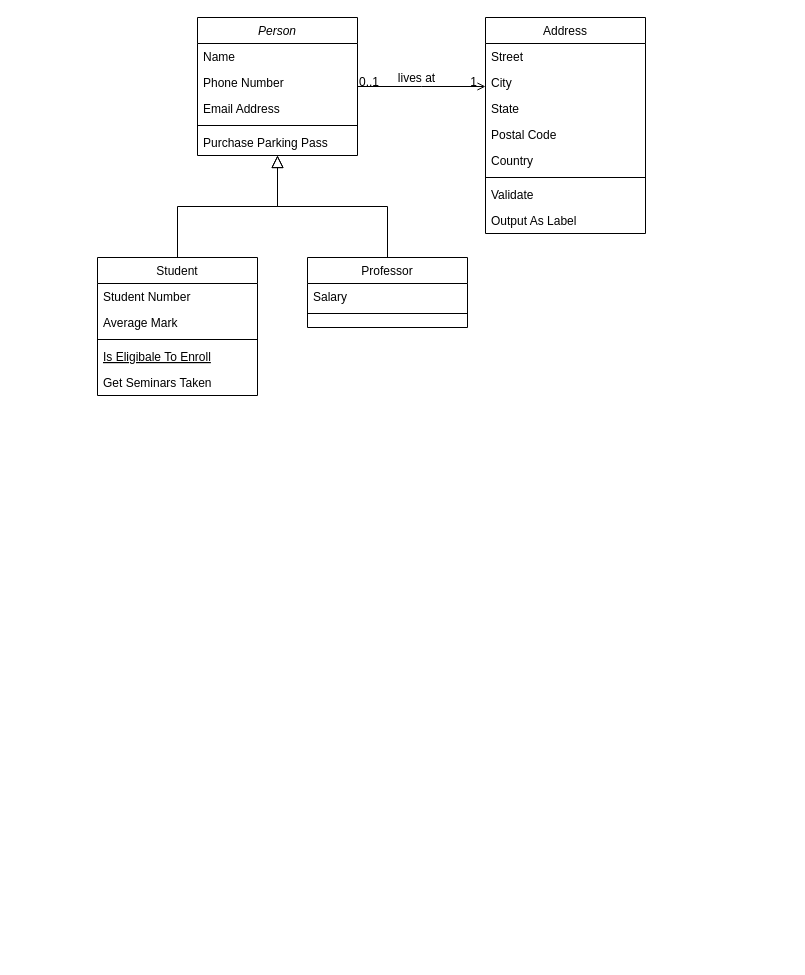
Above: ood1.drawio in harish962/DS-Algo (draw.io), before the change. Source tidied: cells renumbered, new cells numbered last; positions are measured from the earlier drawing's top-left corner, leaving out a move shared by most shapes. Both pictures are drawn from the tidied source at 100%, with x=0, y=0 at pixel (97, 17).
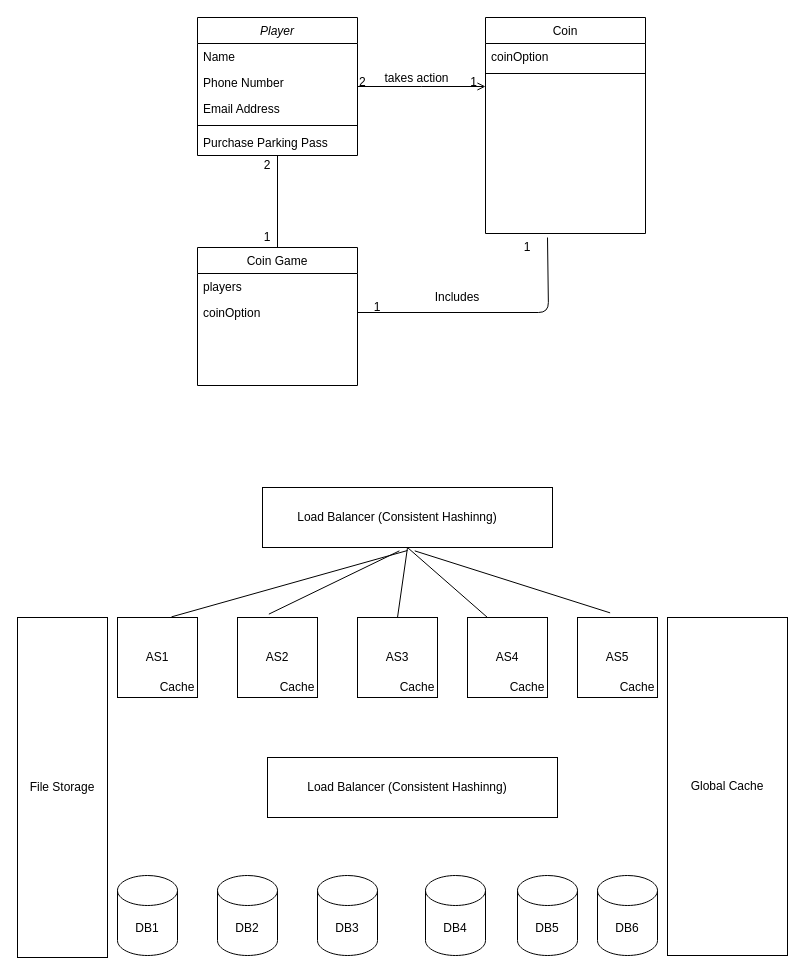
The same diagram, later.

The change refers to these unchanged cells:
```xml
<mxCell id="7" value="Purchase Parking Pass" style="text;align=left;verticalAlign=top;spacingLeft=4;spacingRight=4;overflow=hidden;points=[[0,0.5],[1,0.5]];portConstraint=eastwest;" parent="2" vertex="1">
  <mxGeometry y="112" width="160" height="26" as="geometry" />
</mxCell>
<mxCell id="28" style="endArrow=open;shadow=0;strokeWidth=1;rounded=0;endFill=1;edgeStyle=elbowEdgeStyle;elbow=vertical;" parent="1" edge="1" source="2" target="19">
  <mxGeometry x="0.5" y="41" relative="1" as="geometry">
    <mxPoint x="-40" y="32" as="offset" />
  </mxGeometry>
</mxCell>
```

The edit, as a diff of the source:
```diff
@@
-    <mxCell id="2" value="Person" style="swimlane;fontStyle=2;align=center;verticalAlign=top;horizontal=1;startSize=26;rounded=0;shadow=0;strokeWidth=1;" parent="1" vertex="1">
+    <mxCell id="2" value="Player" style="swimlane;fontStyle=2;align=center;verticalAlign=top;horizontal=1;startSize=26;rounded=0;shadow=0;strokeWidth=1;" parent="1" vertex="1">
       <mxGeometry x="100" width="160" height="138" as="geometry" />
     </mxCell>
@@
-    <mxCell id="8" value="Student" style="swimlane;fontStyle=0;align=center;verticalAlign=top;horizontal=1;startSize=26;rounded=0;shadow=0;strokeWidth=1;" parent="1" vertex="1">
-      <mxGeometry y="240" width="160" height="138" as="geometry" />
+    <mxCell id="8" value="Coin Game" style="swimlane;fontStyle=0;align=center;verticalAlign=top;horizontal=1;startSize=26;rounded=0;shadow=0;strokeWidth=1;" parent="1" vertex="1">
+      <mxGeometry x="100" y="230" width="160" height="138" as="geometry" />
     </mxCell>
-    <mxCell id="9" value="Student Number" style="text;align=left;verticalAlign=top;spacingLeft=4;spacingRight=4;overflow=hidden;" parent="8" vertex="1">
+    <mxCell id="9" value="players" style="text;align=left;verticalAlign=top;spacingLeft=4;spacingRight=4;overflow=hidden;" parent="8" vertex="1">
       <mxGeometry y="26" width="160" height="26" as="geometry" />
     </mxCell>
-    <mxCell id="10" value="Average Mark" style="text;align=left;verticalAlign=top;spacingLeft=4;spacingRight=4;overflow=hidden;points=[[0,0.5],[1,0.5]];portConstraint=eastwest;rounded=0;shadow=0;html=0;" parent="8" vertex="1">
+    <mxCell id="10" value="coinOption" style="text;align=left;verticalAlign=top;spacingLeft=4;spacingRight=4;overflow=hidden;points=[[0,0.5],[1,0.5]];portConstraint=eastwest;rounded=0;shadow=0;html=0;" parent="8" vertex="1">
       <mxGeometry y="52" width="160" height="26" as="geometry" />
     </mxCell>
-    <mxCell id="11" style="line;html=1;strokeWidth=1;align=left;verticalAlign=middle;spacingTop=-1;spacingLeft=3;spacingRight=3;labelPosition=right;" parent="8" vertex="1">
-      <mxGeometry y="78" width="160" height="8" as="geometry" />
-    </mxCell>
-    <mxCell id="12" value="Is Eligibale To Enroll" style="text;align=left;verticalAlign=top;spacingLeft=4;spacingRight=4;overflow=hidden;fontStyle=4;" parent="8" vertex="1">
-      <mxGeometry y="86" width="160" height="26" as="geometry" />
-    </mxCell>
-    <mxCell id="13" value="Get Seminars Taken" style="text;align=left;verticalAlign=top;spacingLeft=4;spacingRight=4;overflow=hidden;" parent="8" vertex="1">
-      <mxGeometry y="112" width="160" height="26" as="geometry" />
-    </mxCell>
-    <mxCell id="14" style="endArrow=block;endSize=10;endFill=0;shadow=0;strokeWidth=1;rounded=0;edgeStyle=elbowEdgeStyle;elbow=vertical;" parent="1" edge="1" source="8" target="2">
-      <mxGeometry relative="1" as="geometry" />
-    </mxCell>
-    <mxCell id="15" value="Professor" style="swimlane;fontStyle=0;align=center;verticalAlign=top;horizontal=1;startSize=26;rounded=0;shadow=0;strokeWidth=1;" parent="1" vertex="1">
-      <mxGeometry x="210" y="240" width="160" height="70" as="geometry" />
-    </mxCell>
-    <mxCell id="16" value="Salary" style="text;align=left;verticalAlign=top;spacingLeft=4;spacingRight=4;overflow=hidden;" parent="15" vertex="1">
-      <mxGeometry y="26" width="160" height="26" as="geometry" />
-    </mxCell>
-    <mxCell id="17" style="line;html=1;strokeWidth=1;align=left;verticalAlign=middle;spacingTop=-1;spacingLeft=3;spacingRight=3;labelPosition=right;" parent="15" vertex="1">
-      <mxGeometry y="52" width="160" height="8" as="geometry" />
-    </mxCell>
-    <mxCell id="18" style="endArrow=block;endSize=10;endFill=0;shadow=0;strokeWidth=1;rounded=0;edgeStyle=elbowEdgeStyle;elbow=vertical;" parent="1" edge="1" source="15" target="2">
-      <mxGeometry relative="1" as="geometry" />
-    </mxCell>
-    <mxCell id="19" value="Address" style="swimlane;fontStyle=0;align=center;verticalAlign=top;horizontal=1;startSize=26;rounded=0;shadow=0;strokeWidth=1;" parent="1" vertex="1">
+    <mxCell id="19" value="Coin" style="swimlane;fontStyle=0;align=center;verticalAlign=top;horizontal=1;startSize=26;rounded=0;shadow=0;strokeWidth=1;" parent="1" vertex="1">
       <mxGeometry x="388" width="160" height="216" as="geometry" />
     </mxCell>
-    <mxCell id="20" value="Street" style="text;align=left;verticalAlign=top;spacingLeft=4;spacingRight=4;overflow=hidden;" parent="19" vertex="1">
+    <mxCell id="20" value="coinOption" style="text;align=left;verticalAlign=top;spacingLeft=4;spacingRight=4;overflow=hidden;" parent="19" vertex="1">
       <mxGeometry y="26" width="160" height="26" as="geometry" />
     </mxCell>
-    <mxCell id="21" value="City" style="text;align=left;verticalAlign=top;spacingLeft=4;spacingRight=4;overflow=hidden;rounded=0;shadow=0;html=0;" parent="19" vertex="1">
-      <mxGeometry y="52" width="160" height="26" as="geometry" />
-    </mxCell>
-    <mxCell id="22" value="State" style="text;align=left;verticalAlign=top;spacingLeft=4;spacingRight=4;overflow=hidden;rounded=0;shadow=0;html=0;" parent="19" vertex="1">
-      <mxGeometry y="78" width="160" height="26" as="geometry" />
-    </mxCell>
-    <mxCell id="23" value="Postal Code" style="text;align=left;verticalAlign=top;spacingLeft=4;spacingRight=4;overflow=hidden;rounded=0;shadow=0;html=0;" parent="19" vertex="1">
-      <mxGeometry y="104" width="160" height="26" as="geometry" />
-    </mxCell>
-    <mxCell id="24" value="Country" style="text;align=left;verticalAlign=top;spacingLeft=4;spacingRight=4;overflow=hidden;rounded=0;shadow=0;html=0;" parent="19" vertex="1">
-      <mxGeometry y="130" width="160" height="26" as="geometry" />
-    </mxCell>
     <mxCell id="25" style="line;html=1;strokeWidth=1;align=left;verticalAlign=middle;spacingTop=-1;spacingLeft=3;spacingRight=3;labelPosition=right;" parent="19" vertex="1">
-      <mxGeometry y="156" width="160" height="8" as="geometry" />
+      <mxGeometry y="52" width="160" height="8" as="geometry" />
     </mxCell>
-    <mxCell id="26" value="Validate" style="text;align=left;verticalAlign=top;spacingLeft=4;spacingRight=4;overflow=hidden;" parent="19" vertex="1">
-      <mxGeometry y="164" width="160" height="26" as="geometry" />
-    </mxCell>
-    <mxCell id="27" value="Output As Label" style="text;align=left;verticalAlign=top;spacingLeft=4;spacingRight=4;overflow=hidden;" parent="19" vertex="1">
-      <mxGeometry y="190" width="160" height="26" as="geometry" />
-    </mxCell>
@@
-    <mxCell id="29" value="0..1" style="align=left;verticalAlign=bottom;labelBackgroundColor=none;fontSize=12;" parent="28" vertex="1">
+    <mxCell id="29" value="2" style="align=left;verticalAlign=bottom;labelBackgroundColor=none;fontSize=12;" parent="28" vertex="1">
       <mxGeometry x="-1" relative="1" as="geometry">
         <mxPoint y="4" as="offset" />
       </mxGeometry>
     </mxCell>
@@
-    <mxCell id="31" value="lives at" style="text;html=1;align=center;verticalAlign=middle;labelBackgroundColor=none;rounded=0;shadow=0;strokeWidth=1;fontSize=12;" parent="28" vertex="1">
+    <mxCell id="31" value="takes action" style="text;html=1;align=center;verticalAlign=middle;labelBackgroundColor=none;rounded=0;shadow=0;strokeWidth=1;fontSize=12;" parent="28" vertex="1">
       <mxGeometry x="0.5" y="49" relative="1" as="geometry">
         <mxPoint x="-38" y="40" as="offset" />
       </mxGeometry>
     </mxCell>
+    <mxCell id="32" style="endArrow=none;html=1;exitX=0.5;exitY=0;exitDx=0;exitDy=0;" parent="1" edge="1" source="8" target="7">
+      <mxGeometry relative="1" as="geometry" />
+    </mxCell>
+    <mxCell id="33" style="endArrow=none;html=1;entryX=1;entryY=0;entryDx=0;entryDy=0;exitX=1;exitY=0.5;exitDx=0;exitDy=0;" parent="1" edge="1" source="10" target="36">
+      <mxGeometry relative="1" as="geometry">
+        <Array as="points">
+          <mxPoint x="451" y="295" />
+        </Array>
+      </mxGeometry>
+    </mxCell>
+    <mxCell id="34" value="Includes" style="text;html=1;strokeColor=none;fillColor=none;align=center;verticalAlign=middle;whiteSpace=wrap;rounded=0;" parent="1" vertex="1">
+      <mxGeometry x="340" y="270" width="40" height="20" as="geometry" />
+    </mxCell>
+    <mxCell id="35" value="1" style="text;html=1;strokeColor=none;fillColor=none;align=center;verticalAlign=middle;whiteSpace=wrap;rounded=0;" parent="1" vertex="1">
+      <mxGeometry x="260" y="280" width="40" height="20" as="geometry" />
+    </mxCell>
+    <mxCell id="36" value="1" style="text;html=1;strokeColor=none;fillColor=none;align=center;verticalAlign=middle;whiteSpace=wrap;rounded=0;" parent="1" vertex="1">
+      <mxGeometry x="410" y="220" width="40" height="20" as="geometry" />
+    </mxCell>
+    <mxCell id="37" value="2" style="text;html=1;strokeColor=none;fillColor=none;align=center;verticalAlign=middle;whiteSpace=wrap;rounded=0;" parent="1" vertex="1">
+      <mxGeometry x="150" y="138" width="40" height="20" as="geometry" />
+    </mxCell>
+    <mxCell id="38" value="1" style="text;html=1;strokeColor=none;fillColor=none;align=center;verticalAlign=middle;whiteSpace=wrap;rounded=0;" parent="1" vertex="1">
+      <mxGeometry x="150" y="210" width="40" height="20" as="geometry" />
+    </mxCell>
+    <mxCell id="39" value="AS1" style="whiteSpace=wrap;html=1;" parent="1" vertex="1">
+      <mxGeometry x="20" y="600" width="80" height="80" as="geometry" />
+    </mxCell>
+    <mxCell id="40" value="AS2" style="whiteSpace=wrap;html=1;" parent="1" vertex="1">
+      <mxGeometry x="140" y="600" width="80" height="80" as="geometry" />
+    </mxCell>
+    <mxCell id="41" value="AS3" style="whiteSpace=wrap;html=1;" parent="1" vertex="1">
+      <mxGeometry x="260" y="600" width="80" height="80" as="geometry" />
+    </mxCell>
+    <mxCell id="42" value="AS4" style="whiteSpace=wrap;html=1;" parent="1" vertex="1">
+      <mxGeometry x="370" y="600" width="80" height="80" as="geometry" />
+    </mxCell>
+    <mxCell id="43" value="AS5" style="whiteSpace=wrap;html=1;" parent="1" vertex="1">
+      <mxGeometry x="480" y="600" width="80" height="80" as="geometry" />
+    </mxCell>
+    <mxCell id="44" value="DB1" style="shape=cylinder3;whiteSpace=wrap;html=1;boundedLbl=1;backgroundOutline=1;size=15;" parent="1" vertex="1">
+      <mxGeometry x="20" y="858" width="60" height="80" as="geometry" />
+    </mxCell>
+    <mxCell id="45" value="DB2" style="shape=cylinder3;whiteSpace=wrap;html=1;boundedLbl=1;backgroundOutline=1;size=15;" parent="1" vertex="1">
+      <mxGeometry x="120" y="858" width="60" height="80" as="geometry" />
+    </mxCell>
+    <mxCell id="46" value="DB3" style="shape=cylinder3;whiteSpace=wrap;html=1;boundedLbl=1;backgroundOutline=1;size=15;" parent="1" vertex="1">
+      <mxGeometry x="220" y="858" width="60" height="80" as="geometry" />
+    </mxCell>
+    <mxCell id="47" value="DB4" style="shape=cylinder3;whiteSpace=wrap;html=1;boundedLbl=1;backgroundOutline=1;size=15;" parent="1" vertex="1">
+      <mxGeometry x="328" y="858" width="60" height="80" as="geometry" />
+    </mxCell>
+    <mxCell id="48" value="DB5" style="shape=cylinder3;whiteSpace=wrap;html=1;boundedLbl=1;backgroundOutline=1;size=15;" parent="1" vertex="1">
+      <mxGeometry x="420" y="858" width="60" height="80" as="geometry" />
+    </mxCell>
+    <mxCell id="49" value="DB6" style="shape=cylinder3;whiteSpace=wrap;html=1;boundedLbl=1;backgroundOutline=1;size=15;" parent="1" vertex="1">
+      <mxGeometry x="500" y="858" width="60" height="80" as="geometry" />
+    </mxCell>
+    <mxCell id="50" style="rounded=0;whiteSpace=wrap;html=1;" parent="1" vertex="1">
+      <mxGeometry x="170" y="740" width="290" height="60" as="geometry" />
+    </mxCell>
+    <mxCell id="51" value="Load Balancer (Consistent Hashinng)" style="text;html=1;strokeColor=none;fillColor=none;align=center;verticalAlign=middle;whiteSpace=wrap;rounded=0;" parent="1" vertex="1">
+      <mxGeometry x="180" y="760" width="260" height="20" as="geometry" />
+    </mxCell>
+    <mxCell id="52" style="rounded=0;whiteSpace=wrap;html=1;" parent="1" vertex="1">
+      <mxGeometry x="165" y="470" width="290" height="60" as="geometry" />
+    </mxCell>
+    <mxCell id="53" value="Load Balancer (Consistent Hashinng)" style="text;html=1;strokeColor=none;fillColor=none;align=center;verticalAlign=middle;whiteSpace=wrap;rounded=0;" parent="1" vertex="1">
+      <mxGeometry x="170" y="490" width="260" height="20" as="geometry" />
+    </mxCell>
+    <mxCell id="54" value="Global Cache" style="rounded=0;whiteSpace=wrap;html=1;" parent="1" vertex="1">
+      <mxGeometry x="570" y="600" width="120" height="338" as="geometry" />
+    </mxCell>
+    <mxCell id="55" value="File Storage" style="rounded=0;whiteSpace=wrap;html=1;" parent="1" vertex="1">
+      <mxGeometry x="-80" y="600" width="90" height="340" as="geometry" />
+    </mxCell>
+    <mxCell id="56" value="Cache" style="text;html=1;strokeColor=none;fillColor=none;align=center;verticalAlign=middle;whiteSpace=wrap;rounded=0;" parent="1" vertex="1">
+      <mxGeometry x="60" y="660" width="40" height="20" as="geometry" />
+    </mxCell>
+    <mxCell id="57" value="Cache" style="text;html=1;strokeColor=none;fillColor=none;align=center;verticalAlign=middle;whiteSpace=wrap;rounded=0;" parent="1" vertex="1">
+      <mxGeometry x="180" y="660" width="40" height="20" as="geometry" />
+    </mxCell>
+    <mxCell id="58" value="Cache" style="text;html=1;strokeColor=none;fillColor=none;align=center;verticalAlign=middle;whiteSpace=wrap;rounded=0;" parent="1" vertex="1">
+      <mxGeometry x="300" y="660" width="40" height="20" as="geometry" />
+    </mxCell>
+    <mxCell id="59" value="Cache" style="text;html=1;strokeColor=none;fillColor=none;align=center;verticalAlign=middle;whiteSpace=wrap;rounded=0;" parent="1" vertex="1">
+      <mxGeometry x="410" y="660" width="40" height="20" as="geometry" />
+    </mxCell>
+    <mxCell id="60" value="Cache" style="text;html=1;strokeColor=none;fillColor=none;align=center;verticalAlign=middle;whiteSpace=wrap;rounded=0;" parent="1" vertex="1">
+      <mxGeometry x="520" y="660" width="40" height="20" as="geometry" />
+    </mxCell>
+    <mxCell id="61" style="endArrow=none;html=1;exitX=0.675;exitY=-0.008;exitDx=0;exitDy=0;exitPerimeter=0;" parent="1" edge="1" source="39">
+      <mxGeometry relative="1" as="geometry">
+        <mxPoint x="310" y="533" as="targetPoint" />
+      </mxGeometry>
+    </mxCell>
+    <mxCell id="62" style="endArrow=none;html=1;entryX=0.472;entryY=1.056;entryDx=0;entryDy=0;entryPerimeter=0;exitX=0.392;exitY=-0.042;exitDx=0;exitDy=0;exitPerimeter=0;" parent="1" edge="1" source="40" target="52">
+      <mxGeometry relative="1" as="geometry" />
+    </mxCell>
+    <mxCell id="63" style="endArrow=none;html=1;entryX=0.5;entryY=1;entryDx=0;entryDy=0;exitX=0.5;exitY=0;exitDx=0;exitDy=0;" parent="1" edge="1" source="41" target="52">
+      <mxGeometry relative="1" as="geometry" />
+    </mxCell>
+    <mxCell id="64" style="endArrow=none;html=1;entryX=0.5;entryY=1;entryDx=0;entryDy=0;exitX=0.25;exitY=0;exitDx=0;exitDy=0;" parent="1" edge="1" source="42" target="52">
+      <mxGeometry relative="1" as="geometry" />
+    </mxCell>
+    <mxCell id="65" style="endArrow=none;html=1;entryX=0.525;entryY=1.056;entryDx=0;entryDy=0;entryPerimeter=0;exitX=0.408;exitY=-0.058;exitDx=0;exitDy=0;exitPerimeter=0;" parent="1" edge="1" source="43" target="52">
+      <mxGeometry relative="1" as="geometry" />
+    </mxCell>
```
